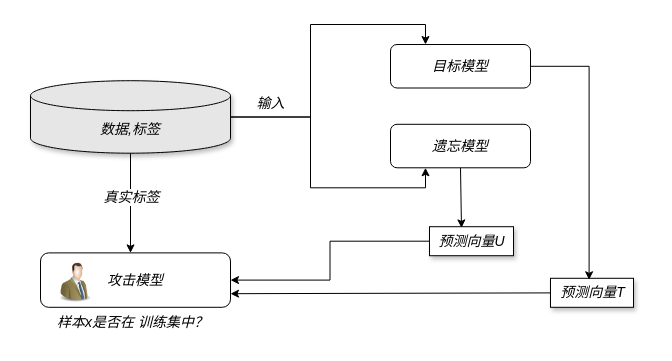
The draw.io diagram page "第 8 页" (6 of 8) of 未命名绘图.drawio in liangliuqi/whu-program, before the edit. Source tidied: cells renumbered, new cells numbered last; positions are measured from the earlier drawing's top-left corner, leaving out a move shared by most shapes. Both pictures are drawn from the tidied source at 100%, with x=0, y=0 at pixel (20, 44).
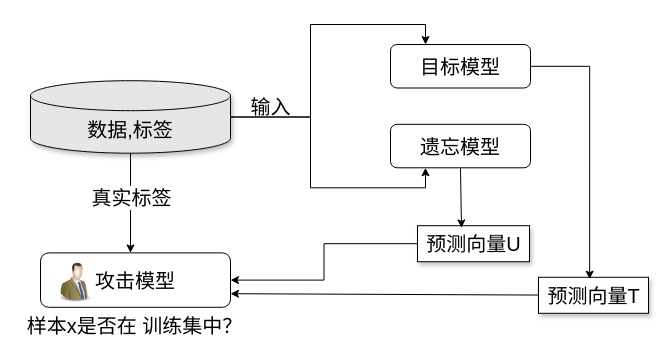
The same page after the edit.

Diff of the diagram source:
```diff
@@
-    <mxCell id="2" style="group;fontSize=14;fontStyle=2;verticalAlign=middle;" parent="1" vertex="1">
-      <mxGeometry width="620" height="292.8" as="geometry" />
+    <mxCell id="2" style="group;fontSize=20;fontStyle=0;verticalAlign=middle;" parent="1" vertex="1">
+      <mxGeometry width="628" height="298.8" as="geometry" />
     </mxCell>
-    <mxCell id="3" style="edgeStyle=orthogonalEdgeStyle;rounded=0;jettySize=auto;html=1;entryX=0.25;entryY=0;entryDx=0;entryDy=0;fontSize=14;fontStyle=2;verticalAlign=middle;" parent="2" edge="1" source="13" target="5">
+    <mxCell id="3" style="edgeStyle=orthogonalEdgeStyle;rounded=0;jettySize=auto;html=1;entryX=0.25;entryY=0;entryDx=0;entryDy=0;fontSize=20;fontStyle=0;verticalAlign=middle;" parent="2" edge="1" source="13" target="5">
       <mxGeometry relative="1" as="geometry" />
     </mxCell>
-    <mxCell id="4" style="edgeStyle=orthogonalEdgeStyle;rounded=0;jettySize=auto;html=1;entryX=0.25;entryY=1;entryDx=0;entryDy=0;fontSize=14;fontStyle=2;verticalAlign=middle;" parent="2" edge="1" source="13" target="9">
+    <mxCell id="4" style="edgeStyle=orthogonalEdgeStyle;rounded=0;jettySize=auto;html=1;entryX=0.25;entryY=1;entryDx=0;entryDy=0;fontSize=20;fontStyle=0;verticalAlign=middle;" parent="2" edge="1" source="13" target="9">
       <mxGeometry relative="1" as="geometry" />
     </mxCell>
-    <mxCell id="5" value="目标模型" style="rounded=1;whiteSpace=wrap;html=1;fontSize=14;labelBorderColor=none;fontStyle=2;verticalAlign=middle;" parent="2" vertex="1">
+    <mxCell id="5" value="目标模型" style="rounded=1;whiteSpace=wrap;html=1;fontSize=20;labelBorderColor=none;fontStyle=0;verticalAlign=middle;" parent="2" vertex="1">
       <mxGeometry x="370" width="140" height="43.5" as="geometry" />
     </mxCell>
-    <mxCell id="6" value="输入" style="text;html=1;align=center;verticalAlign=middle;strokeColor=none;fillColor=none;fontSize=14;labelBorderColor=none;fontStyle=2;" parent="2" vertex="1">
-      <mxGeometry x="227" y="44.5" width="46" height="29" as="geometry" />
+    <mxCell id="6" value="输入" style="text;html=1;align=center;verticalAlign=middle;strokeColor=none;fillColor=none;fontSize=20;labelBorderColor=none;fontStyle=0;" parent="2" vertex="1">
+      <mxGeometry x="221" y="43.5" width="58" height="36" as="geometry" />
     </mxCell>
-    <mxCell id="7" style="edgeStyle=none;rounded=0;jettySize=auto;html=1;entryX=1;entryY=0.75;entryDx=0;entryDy=0;fontSize=14;fontStyle=2;verticalAlign=middle;" parent="2" edge="1" source="8" target="15">
+    <mxCell id="7" style="edgeStyle=none;rounded=0;jettySize=auto;html=1;entryX=1;entryY=0.75;entryDx=0;entryDy=0;fontSize=20;fontStyle=0;verticalAlign=middle;" parent="2" edge="1" source="8" target="15">
       <mxGeometry relative="1" as="geometry" />
     </mxCell>
-    <mxCell id="8" value="预测向量T" style="text;html=1;align=center;verticalAlign=middle;points=[];fontSize=14;labelBorderColor=none;shadow=1;fillColor=default;fillStyle=auto;strokeColor=default;fontStyle=2;" parent="2" vertex="1">
-      <mxGeometry x="530" y="233.8" width="83" height="29" as="geometry" />
+    <mxCell id="8" value="预测向量T" style="text;html=1;align=center;verticalAlign=middle;points=[];fontSize=20;labelBorderColor=none;shadow=1;fillColor=default;fillStyle=auto;strokeColor=default;fontStyle=0;" parent="2" vertex="1">
+      <mxGeometry x="518" y="232.8" width="110" height="36" as="geometry" />
     </mxCell>
-    <mxCell id="9" value="遗忘模型" style="rounded=1;whiteSpace=wrap;html=1;fontSize=14;labelBorderColor=none;fontStyle=2;verticalAlign=middle;" parent="2" vertex="1">
+    <mxCell id="9" value="遗忘模型" style="rounded=1;whiteSpace=wrap;html=1;fontSize=20;labelBorderColor=none;fontStyle=0;verticalAlign=middle;" parent="2" vertex="1">
       <mxGeometry x="370" y="79.8" width="140" height="43.5" as="geometry" />
     </mxCell>
-    <mxCell id="10" style="edgeStyle=orthogonalEdgeStyle;rounded=0;jettySize=auto;html=1;entryX=1;entryY=0.5;entryDx=0;entryDy=0;fontSize=14;fontStyle=2;verticalAlign=middle;" parent="2" edge="1" source="11" target="15">
+    <mxCell id="10" style="edgeStyle=orthogonalEdgeStyle;rounded=0;jettySize=auto;html=1;entryX=1;entryY=0.5;entryDx=0;entryDy=0;fontSize=20;fontStyle=0;verticalAlign=middle;" parent="2" edge="1" source="11" target="15">
       <mxGeometry relative="1" as="geometry" />
     </mxCell>
-    <mxCell id="11" value="预测向量U" style="text;html=1;align=center;verticalAlign=middle;points=[];fontSize=14;labelBorderColor=none;shadow=1;fillColor=default;fillStyle=auto;strokeColor=default;fontStyle=2;" parent="2" vertex="1">
-      <mxGeometry x="409" y="182.2" width="84" height="29" as="geometry" />
+    <mxCell id="11" value="预测向量U" style="text;html=1;align=center;verticalAlign=middle;points=[];fontSize=20;labelBorderColor=none;shadow=1;fillColor=default;fillStyle=auto;strokeColor=default;fontStyle=0;" parent="2" vertex="1">
+      <mxGeometry x="397" y="181.2" width="112" height="36" as="geometry" />
     </mxCell>
-    <mxCell id="12" style="group;fontSize=14;fontStyle=2;verticalAlign=middle;" parent="2" vertex="1">
-      <mxGeometry y="36.2" width="220" height="256.6" as="geometry" />
+    <mxCell id="12" style="group;fontSize=20;fontStyle=0;verticalAlign=middle;" parent="2" vertex="1">
+      <mxGeometry y="36.2" width="231" height="262.6" as="geometry" />
     </mxCell>
-    <mxCell id="13" value="数据,标签" style="shape=cylinder3;whiteSpace=wrap;html=1;boundedLbl=1;backgroundOutline=1;size=15;fontSize=14;labelBorderColor=none;fontStyle=2;shadow=1;fillColor=#e6e6e6;verticalAlign=middle;" parent="12" vertex="1">
+    <mxCell id="13" value="数据,标签" style="shape=cylinder3;whiteSpace=wrap;html=1;boundedLbl=1;backgroundOutline=1;size=15;fontSize=20;labelBorderColor=none;fontStyle=0;shadow=1;fillColor=#e6e6e6;verticalAlign=middle;" parent="12" vertex="1">
       <mxGeometry x="10" width="200" height="72.5" as="geometry" />
     </mxCell>
-    <mxCell id="14" style="group;fontSize=14;labelBorderColor=none;fontStyle=2;verticalAlign=middle;" parent="12" vertex="1">
+    <mxCell id="14" style="group;fontSize=20;labelBorderColor=none;fontStyle=0;verticalAlign=middle;" parent="12" vertex="1">
       <mxGeometry y="172.2" width="210" height="54.4" as="geometry" />
     </mxCell>
-    <mxCell id="15" value="攻击模型" style="rounded=1;whiteSpace=wrap;html=1;fontSize=14;labelBorderColor=none;fontStyle=2;verticalAlign=middle;" parent="14" vertex="1">
+    <mxCell id="15" value="攻击模型" style="rounded=1;whiteSpace=wrap;html=1;fontSize=20;labelBorderColor=none;fontStyle=0;verticalAlign=middle;" parent="14" vertex="1">
       <mxGeometry x="20" width="190" height="54.4" as="geometry" />
     </mxCell>
-    <mxCell id="16" style="image;html=1;image=img/lib/clip_art/people/Suit_Man_Green_128x128.png;fontSize=14;fontStyle=2;verticalAlign=middle;" parent="14" vertex="1">
+    <mxCell id="16" style="image;html=1;image=img/lib/clip_art/people/Suit_Man_Green_128x128.png;fontSize=20;fontStyle=0;verticalAlign=middle;" parent="14" vertex="1">
       <mxGeometry x="30" y="9.1" width="50" height="40.8" as="geometry" />
     </mxCell>
-    <mxCell id="17" style="endArrow=classic;html=1;rounded=0;fontSize=14;labelBorderColor=none;fontStyle=2;verticalAlign=middle;" parent="12" edge="1" source="13">
+    <mxCell id="17" style="endArrow=classic;html=1;rounded=0;fontSize=20;labelBorderColor=none;fontStyle=0;verticalAlign=middle;" parent="12" edge="1" source="13">
       <mxGeometry relative="1" as="geometry">
         <mxPoint x="110" y="172.2" as="targetPoint" />
       </mxGeometry>
     </mxCell>
-    <mxCell id="18" value="真实标签" style="edgeLabel;html=1;align=center;verticalAlign=middle;fontSize=14;labelBorderColor=none;fontStyle=2;" parent="17" vertex="1">
+    <mxCell id="18" value="真实标签" style="edgeLabel;html=1;align=center;verticalAlign=middle;fontSize=20;labelBorderColor=none;fontStyle=0;" parent="17" vertex="1">
       <mxGeometry relative="1" as="geometry">
         <mxPoint y="-6" as="offset" />
       </mxGeometry>
     </mxCell>
-    <mxCell id="19" value="样本x是否在 训练集中？" style="text;html=1;align=center;verticalAlign=middle;strokeColor=none;fillColor=none;fontSize=14;labelBorderColor=none;fontStyle=2;" parent="12" vertex="1">
-      <mxGeometry x="27" y="227.6" width="169" height="29" as="geometry" />
+    <mxCell id="19" value="样本x是否在 训练集中？" style="text;html=1;align=center;verticalAlign=middle;strokeColor=none;fillColor=none;fontSize=20;labelBorderColor=none;fontStyle=0;" parent="12" vertex="1">
+      <mxGeometry x="-3" y="226.6" width="234" height="36" as="geometry" />
     </mxCell>
-    <mxCell id="20" style="edgeStyle=orthogonalEdgeStyle;rounded=0;jettySize=auto;html=1;entryX=0.465;entryY=0.051;entryDx=0;entryDy=0;entryPerimeter=0;fontSize=14;fontStyle=2;verticalAlign=middle;" parent="2" edge="1" source="5" target="8">
+    <mxCell id="20" style="edgeStyle=orthogonalEdgeStyle;rounded=0;jettySize=auto;html=1;entryX=0.465;entryY=0.051;entryDx=0;entryDy=0;entryPerimeter=0;fontSize=20;fontStyle=0;verticalAlign=middle;" parent="2" edge="1" source="5" target="8">
       <mxGeometry relative="1" as="geometry" />
     </mxCell>
-    <mxCell id="21" style="edgeStyle=none;rounded=0;jettySize=auto;html=1;exitX=0.5;exitY=1;exitDx=0;exitDy=0;fontSize=14;fontStyle=2;verticalAlign=middle;" parent="2" edge="1" source="9">
+    <mxCell id="21" style="edgeStyle=none;rounded=0;jettySize=auto;html=1;exitX=0.5;exitY=1;exitDx=0;exitDy=0;fontSize=20;fontStyle=0;verticalAlign=middle;" parent="2" edge="1" source="9">
       <mxGeometry relative="1" as="geometry">
         <mxPoint x="441" y="183.4" as="targetPoint" />
       </mxGeometry>
     </mxCell>
```
